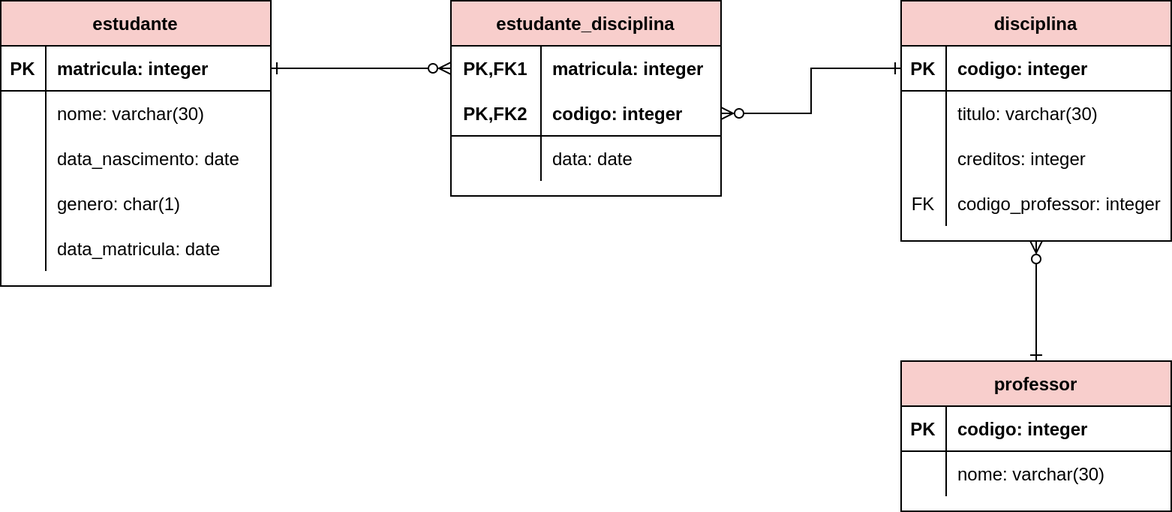
The draw.io diagram bdg/_images/logico-estudante.png in gqueiroz/gqueiroz.github.io, before a commit. Source tidied: cells renumbered, new cells last; positions are measured from the earlier drawing's top-left corner, leaving out a move shared by most shapes.
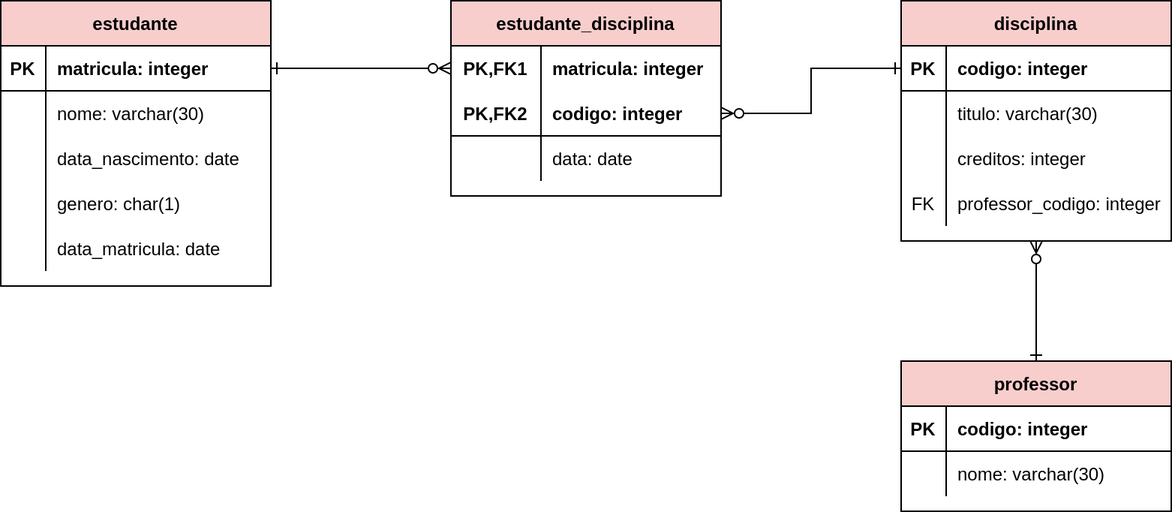
After the change.

What changed in the source:
```diff
@@ -110,7 +110,7 @@
     <mxCell id="37" value="FK" style="shape=partialRectangle;fillColor=none;top=0;left=0;bottom=0;right=0;overflow=hidden;labelBackgroundColor=none;" parent="36" vertex="1">
       <mxGeometry width="30" height="30" as="geometry" />
     </mxCell>
-    <mxCell id="38" value="codigo_professor: integer" style="shape=partialRectangle;fillColor=none;top=0;left=0;bottom=0;right=0;align=left;spacingLeft=6;overflow=hidden;labelBackgroundColor=none;" parent="36" vertex="1">
+    <mxCell id="38" value="professor_codigo: integer" style="shape=partialRectangle;fillColor=none;top=0;left=0;bottom=0;right=0;align=left;spacingLeft=6;overflow=hidden;labelBackgroundColor=none;" parent="36" vertex="1">
       <mxGeometry x="30" width="150" height="30" as="geometry" />
     </mxCell>
     <mxCell id="39" value="estudante_disciplina" style="shape=table;startSize=30;rowLines=0;fontStyle=1;align=center;labelBackgroundColor=none;fillColor=#F8CECC;" parent="1" vertex="1">
```
